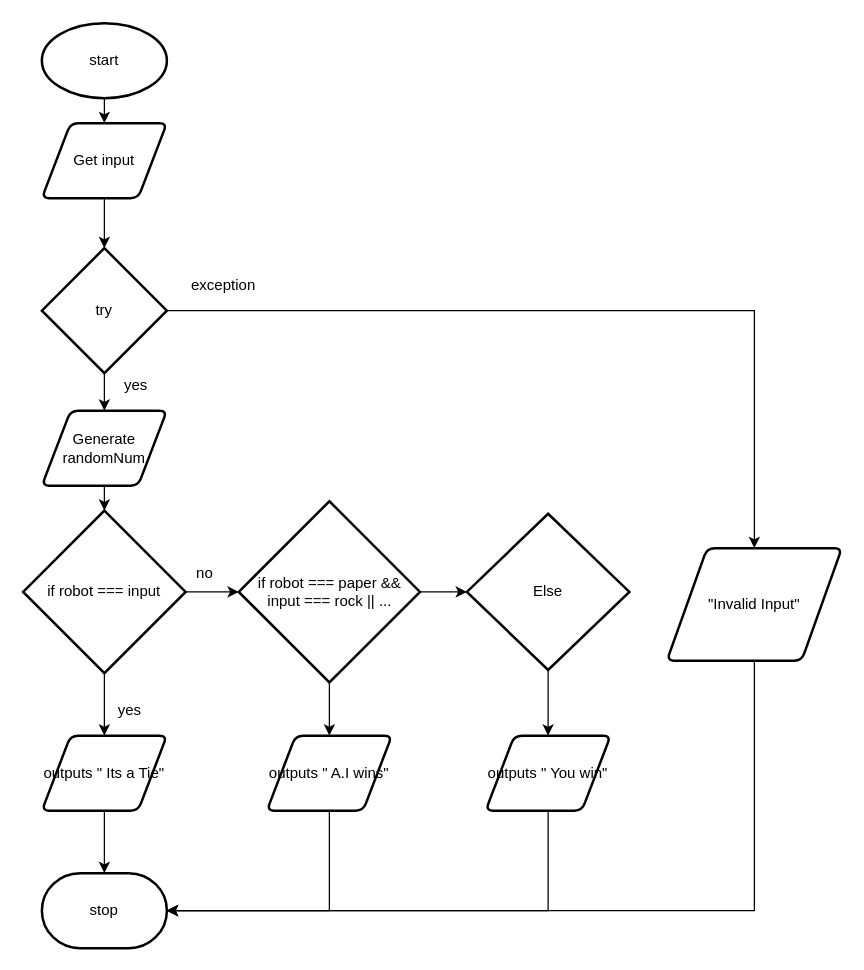
Above: flowchart.drawio in Peter-Gemmell/ics4u-Assignment1-typescript (draw.io), before the change. Source tidied: cells renumbered, new cells numbered last; positions are measured from the earlier drawing's top-left corner, leaving out a move shared by most shapes. Both pictures are drawn from the tidied source at 125%, with x=0, y=0 at pixel (22, 22).
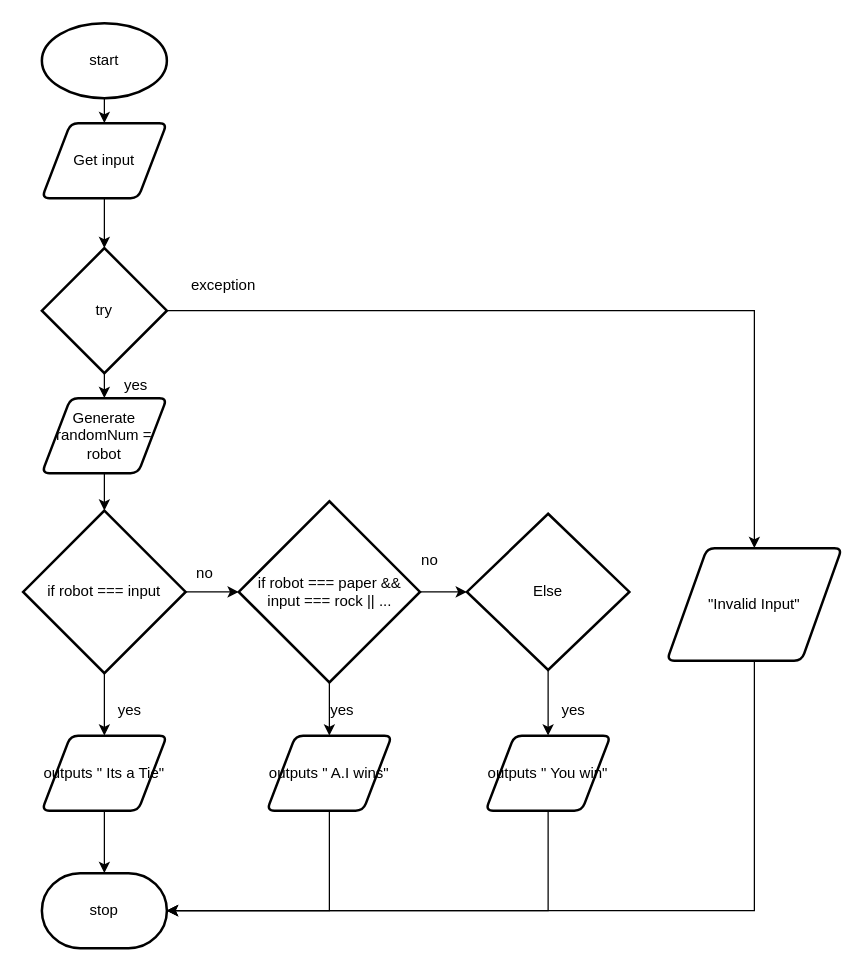
The same page after the edit.

The edit, as a diff of the source:
```diff
@@
-    <mxCell id="21" value="Generate randomNum" style="shape=parallelogram;html=1;strokeWidth=2;perimeter=parallelogramPerimeter;whiteSpace=wrap;rounded=1;arcSize=12;size=0.23;" parent="1" vertex="1">
-      <mxGeometry x="15" y="310" width="100" height="60" as="geometry" />
+    <mxCell id="21" value="Generate randomNum = robot" style="shape=parallelogram;html=1;strokeWidth=2;perimeter=parallelogramPerimeter;whiteSpace=wrap;rounded=1;arcSize=12;size=0.23;" parent="1" vertex="1">
+      <mxGeometry x="15" y="300" width="100" height="60" as="geometry" />
     </mxCell>
@@
+    <mxCell id="33" value="no" style="text;html=1;align=center;verticalAlign=middle;strokeColor=none;fillColor=none;" parent="1" vertex="1">
+      <mxGeometry x="310" y="420" width="30" height="20" as="geometry" />
+    </mxCell>
+    <mxCell id="34" value="yes" style="text;html=1;align=center;verticalAlign=middle;strokeColor=none;fillColor=none;" parent="1" vertex="1">
+      <mxGeometry x="240" y="540" width="30" height="20" as="geometry" />
+    </mxCell>
+    <mxCell id="35" value="yes" style="text;html=1;align=center;verticalAlign=middle;strokeColor=none;fillColor=none;" parent="1" vertex="1">
+      <mxGeometry x="425" y="540" width="30" height="20" as="geometry" />
+    </mxCell>
```
